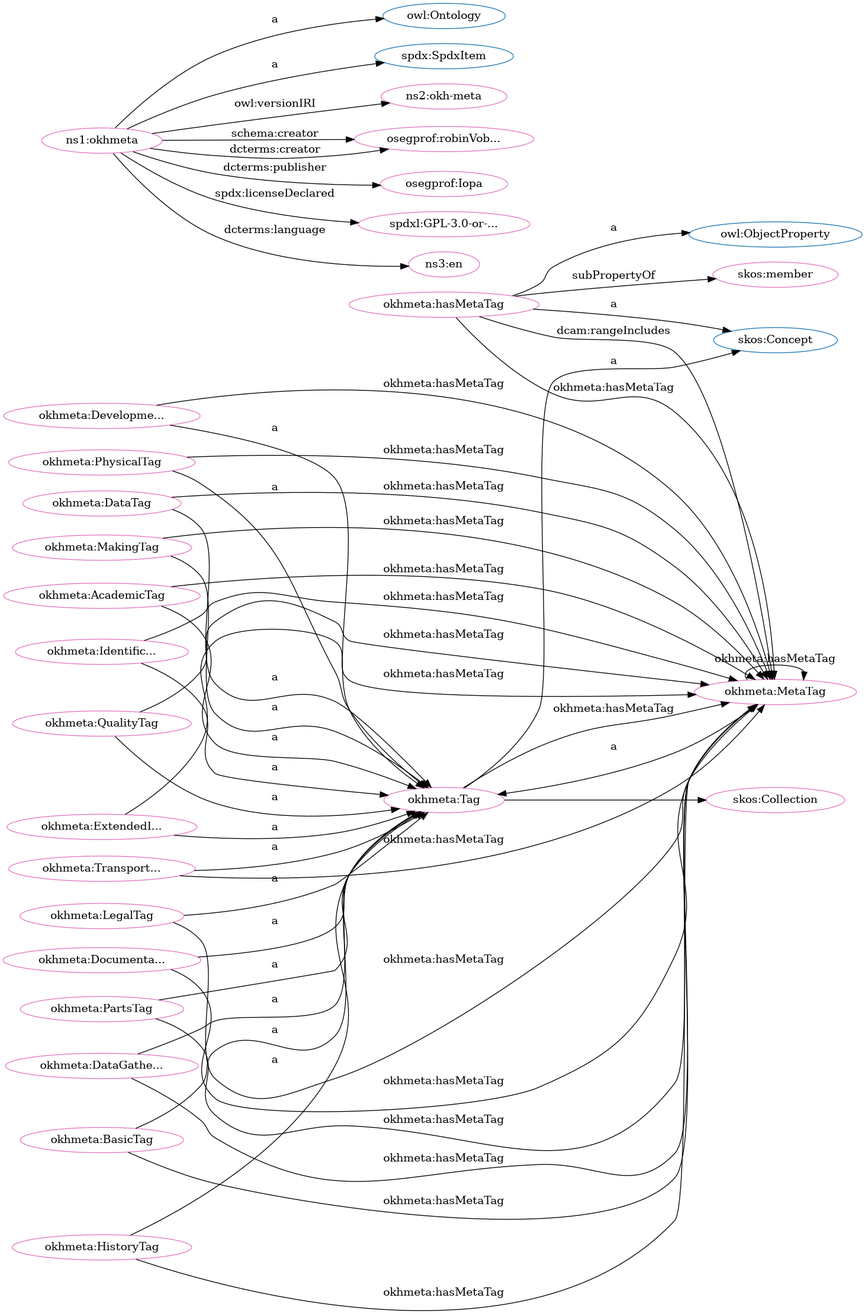
iop-alliance/OpenKnowHow keeps this Graphviz diagram as src/spec/dot_okh-meta.png. Above is the earlier version. Its source is kept beside it as src/spec/dot_okh-meta.dot.
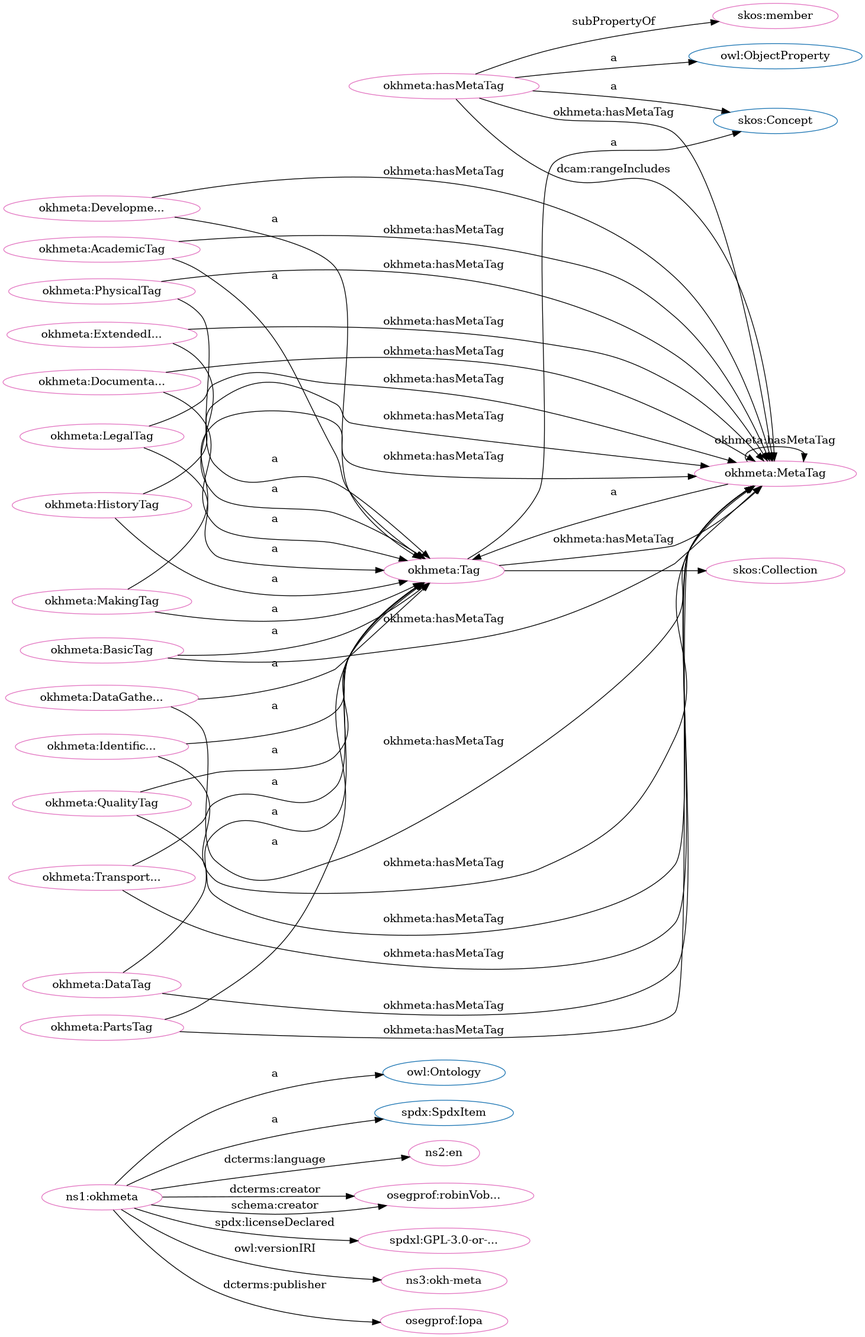
The same file after the commit.

What changed in the source:
```diff
@@ -1,84 +1,84 @@
 digraph G {
   rankdir=BT
   node[height=.3]
+"http://www.w3.org/2002/07/owl#Ontology" [fillcolor="#1f77b4" color="#1f77b4" label="owl:Ontology"]
+"http://www.w3.org/2004/02/skos/core#Concept" [fillcolor="#1f77b4" color="#1f77b4" label="skos:Concept"]
+"http://www.w3.org/2004/02/skos/core#Collection" [fillcolor="#1f77b4" color="#1f77b4" label="skos:Collection"]
 "http://w3id.org/oseg/ont/okhmeta#Tag" [fillcolor="#1f77b4" color="#1f77b4" label="okhmeta:Tag"]
-"http://www.w3.org/2002/07/owl#Ontology" [fillcolor="#1f77b4" color="#1f77b4" label="owl:Ontology"]
-"http://www.w3.org/2004/02/skos/core#Collection" [fillcolor="#1f77b4" color="#1f77b4" label="skos:Collection"]
-"http://www.w3.org/2004/02/skos/core#Concept" [fillcolor="#1f77b4" color="#1f77b4" label="skos:Concept"]
 "http://www.w3.org/2002/07/owl#ObjectProperty" [fillcolor="#1f77b4" color="#1f77b4" label="owl:ObjectProperty"]
 "http://spdx.org/rdf/terms#SpdxItem" [fillcolor="#1f77b4" color="#1f77b4" label="spdx:SpdxItem"]
+"http://w3id.org/oseg/ont/okhmeta#Tag" [fillcolor="#e377c2" color="#e377c2" label="okhmeta:Tag"]
 "http://w3id.org/oseg/ont/okhmeta#MetaTag" [fillcolor="#e377c2" color="#e377c2" label="okhmeta:MetaTag"]
+"http://w3id.org/oseg/ont/okhmeta#DocumentationTag" [fillcolor="#e377c2" color="#e377c2" label="okhmeta:Documenta..."]
+"http://w3id.org/oseg/ont/okhmeta#hasMetaTag" [fillcolor="#e377c2" color="#e377c2" label="okhmeta:hasMetaTag"]
 "http://w3id.org/oseg/ont/okhmeta" [fillcolor="#e377c2" color="#e377c2" label="ns1:okhmeta"]
+"http://w3id.org/oseg/ont/okhmeta#TransportationTag" [fillcolor="#e377c2" color="#e377c2" label="okhmeta:Transport..."]
+"http://www.w3.org/2004/02/skos/core#member" [fillcolor="#e377c2" color="#e377c2" label="skos:member"]
+"http://id.loc.gov/vocabulary/iso639-1/en" [fillcolor="#e377c2" color="#e377c2" label="ns2:en"]
+"http://w3id.org/oseg/ont/okhmeta#DevelopmentTag" [fillcolor="#e377c2" color="#e377c2" label="okhmeta:Developme..."]
+"http://w3id.org/oseg/ont/okhmeta#DataGatheringTag" [fillcolor="#e377c2" color="#e377c2" label="okhmeta:DataGathe..."]
+"http://w3id.org/oseg/ont/okhmeta#QualityTag" [fillcolor="#e377c2" color="#e377c2" label="okhmeta:QualityTag"]
+"http://w3id.org/oseg/ont/oseg-profiles#robinVobruba" [fillcolor="#e377c2" color="#e377c2" label="osegprof:robinVob..."]
 "http://w3id.org/oseg/ont/okhmeta#AcademicTag" [fillcolor="#e377c2" color="#e377c2" label="okhmeta:AcademicTag"]
-"http://w3id.org/oseg/ont/okhmeta#DataGatheringTag" [fillcolor="#e377c2" color="#e377c2" label="okhmeta:DataGathe..."]
-"http://w3id.org/oseg/ont/okhmeta#DevelopmentTag" [fillcolor="#e377c2" color="#e377c2" label="okhmeta:Developme..."]
-"http://www.w3.org/2004/02/skos/core#member" [fillcolor="#e377c2" color="#e377c2" label="skos:member"]
+"http://spdx.org/licenses/GPL-3.0-or-later" [fillcolor="#e377c2" color="#e377c2" label="spdxl:GPL-3.0-or-..."]
+"http://w3id.org/oseg/ont/okhmeta#PhysicalTag" [fillcolor="#e377c2" color="#e377c2" label="okhmeta:PhysicalTag"]
+"http://w3id.org/oseg/ont/okhmeta#BasicTag" [fillcolor="#e377c2" color="#e377c2" label="okhmeta:BasicTag"]
+"http://w3id.org/oseg/ont/okhmeta#PartsTag" [fillcolor="#e377c2" color="#e377c2" label="okhmeta:PartsTag"]
+"http://w3id.org/oseg/ont/okhmeta#HistoryTag" [fillcolor="#e377c2" color="#e377c2" label="okhmeta:HistoryTag"]
+"http://w3id.org/oseg/ont/okhmeta#DataTag" [fillcolor="#e377c2" color="#e377c2" label="okhmeta:DataTag"]
+"http://w3id.org/oseg/ont/1.1.0/okh-meta" [fillcolor="#e377c2" color="#e377c2" label="ns3:okh-meta"]
+"http://w3id.org/oseg/ont/okhmeta#MakingTag" [fillcolor="#e377c2" color="#e377c2" label="okhmeta:MakingTag"]
+"http://w3id.org/oseg/ont/okhmeta#IdentificationTag" [fillcolor="#e377c2" color="#e377c2" label="okhmeta:Identific..."]
+"http://w3id.org/oseg/ont/oseg-profiles#Iopa" [fillcolor="#e377c2" color="#e377c2" label="osegprof:Iopa"]
 "http://w3id.org/oseg/ont/okhmeta#LegalTag" [fillcolor="#e377c2" color="#e377c2" label="okhmeta:LegalTag"]
-"http://w3id.org/oseg/ont/okhmeta#PartsTag" [fillcolor="#e377c2" color="#e377c2" label="okhmeta:PartsTag"]
-"http://w3id.org/oseg/ont/okhmeta#PhysicalTag" [fillcolor="#e377c2" color="#e377c2" label="okhmeta:PhysicalTag"]
-"http://w3id.org/oseg/ont/1.1.0/okh-meta" [fillcolor="#e377c2" color="#e377c2" label="ns2:okh-meta"]
-"http://w3id.org/oseg/ont/oseg-profiles#robinVobruba" [fillcolor="#e377c2" color="#e377c2" label="osegprof:robinVob..."]
-"http://w3id.org/oseg/ont/oseg-profiles#Iopa" [fillcolor="#e377c2" color="#e377c2" label="osegprof:Iopa"]
-"http://w3id.org/oseg/ont/okhmeta#DataTag" [fillcolor="#e377c2" color="#e377c2" label="okhmeta:DataTag"]
-"http://w3id.org/oseg/ont/okhmeta#TransportationTag" [fillcolor="#e377c2" color="#e377c2" label="okhmeta:Transport..."]
-"http://w3id.org/oseg/ont/okhmeta#HistoryTag" [fillcolor="#e377c2" color="#e377c2" label="okhmeta:HistoryTag"]
 "http://www.w3.org/2004/02/skos/core#Collection" [fillcolor="#e377c2" color="#e377c2" label="skos:Collection"]
-"http://w3id.org/oseg/ont/okhmeta#QualityTag" [fillcolor="#e377c2" color="#e377c2" label="okhmeta:QualityTag"]
-"http://spdx.org/licenses/GPL-3.0-or-later" [fillcolor="#e377c2" color="#e377c2" label="spdxl:GPL-3.0-or-..."]
-"http://w3id.org/oseg/ont/okhmeta#BasicTag" [fillcolor="#e377c2" color="#e377c2" label="okhmeta:BasicTag"]
 "http://w3id.org/oseg/ont/okhmeta#ExtendedInfoTag" [fillcolor="#e377c2" color="#e377c2" label="okhmeta:ExtendedI..."]
-"http://w3id.org/oseg/ont/okhmeta#DocumentationTag" [fillcolor="#e377c2" color="#e377c2" label="okhmeta:Documenta..."]
-"http://w3id.org/oseg/ont/okhmeta#IdentificationTag" [fillcolor="#e377c2" color="#e377c2" label="okhmeta:Identific..."]
-"http://id.loc.gov/vocabulary/iso639-1/en" [fillcolor="#e377c2" color="#e377c2" label="ns3:en"]
-"http://w3id.org/oseg/ont/okhmeta#MakingTag" [fillcolor="#e377c2" color="#e377c2" label="okhmeta:MakingTag"]
-"http://w3id.org/oseg/ont/okhmeta#hasMetaTag" [fillcolor="#e377c2" color="#e377c2" label="okhmeta:hasMetaTag"]
-"http://w3id.org/oseg/ont/okhmeta#Tag" [fillcolor="#e377c2" color="#e377c2" label="okhmeta:Tag"]
+  "http://w3id.org/oseg/ont/okhmeta#Tag" -> "http://www.w3.org/2004/02/skos/core#Concept" [label="a"]
+  "http://w3id.org/oseg/ont/okhmeta#DocumentationTag" -> "http://w3id.org/oseg/ont/okhmeta#Tag" [label="a"]
+  "http://w3id.org/oseg/ont/okhmeta" -> "http://www.w3.org/2002/07/owl#Ontology" [label="a"]
+  "http://w3id.org/oseg/ont/okhmeta#LegalTag" -> "http://w3id.org/oseg/ont/okhmeta#MetaTag" [label="okhmeta:hasMetaTag"]
+  "http://w3id.org/oseg/ont/okhmeta#hasMetaTag" -> "http://www.w3.org/2004/02/skos/core#member" [label="subPropertyOf"]
+  "http://w3id.org/oseg/ont/okhmeta" -> "http://id.loc.gov/vocabulary/iso639-1/en" [label="dcterms:language"]
+  "http://w3id.org/oseg/ont/okhmeta" -> "http://spdx.org/rdf/terms#SpdxItem" [label="a"]
+  "http://w3id.org/oseg/ont/okhmeta#DevelopmentTag" -> "http://w3id.org/oseg/ont/okhmeta#Tag" [label="a"]
   "http://w3id.org/oseg/ont/okhmeta#hasMetaTag" -> "http://w3id.org/oseg/ont/okhmeta#MetaTag" [label="dcam:rangeIncludes"]
-  "http://w3id.org/oseg/ont/okhmeta#DevelopmentTag" -> "http://w3id.org/oseg/ont/okhmeta#Tag" [label="a"]
+  "http://w3id.org/oseg/ont/okhmeta#ExtendedInfoTag" -> "http://w3id.org/oseg/ont/okhmeta#MetaTag" [label="okhmeta:hasMetaTag"]
+  "http://w3id.org/oseg/ont/okhmeta#QualityTag" -> "http://w3id.org/oseg/ont/okhmeta#Tag" [label="a"]
+  "http://w3id.org/oseg/ont/okhmeta#hasMetaTag" -> "http://www.w3.org/2004/02/skos/core#Concept" [label="a"]
+  "http://w3id.org/oseg/ont/okhmeta#TransportationTag" -> "http://w3id.org/oseg/ont/okhmeta#MetaTag" [label="okhmeta:hasMetaTag"]
+  "http://w3id.org/oseg/ont/okhmeta#PhysicalTag" -> "http://w3id.org/oseg/ont/okhmeta#Tag" [label="a"]
   "http://w3id.org/oseg/ont/okhmeta#PartsTag" -> "http://w3id.org/oseg/ont/okhmeta#Tag" [label="a"]
-  "http://w3id.org/oseg/ont/okhmeta#QualityTag" -> "http://w3id.org/oseg/ont/okhmeta#MetaTag" [label="okhmeta:hasMetaTag"]
-  "http://w3id.org/oseg/ont/okhmeta#MetaTag" -> "http://w3id.org/oseg/ont/okhmeta#MetaTag" [label="okhmeta:hasMetaTag"]
-  "http://w3id.org/oseg/ont/okhmeta#ExtendedInfoTag" -> "http://w3id.org/oseg/ont/okhmeta#MetaTag" [label="okhmeta:hasMetaTag"]
+  "http://w3id.org/oseg/ont/okhmeta#HistoryTag" -> "http://w3id.org/oseg/ont/okhmeta#Tag" [label="a"]
+  "http://w3id.org/oseg/ont/okhmeta#DataTag" -> "http://w3id.org/oseg/ont/okhmeta#Tag" [label="a"]
+  "http://w3id.org/oseg/ont/okhmeta#BasicTag" -> "http://w3id.org/oseg/ont/okhmeta#MetaTag" [label="okhmeta:hasMetaTag"]
+  "http://w3id.org/oseg/ont/okhmeta#DocumentationTag" -> "http://w3id.org/oseg/ont/okhmeta#MetaTag" [label="okhmeta:hasMetaTag"]
+  "http://w3id.org/oseg/ont/okhmeta#IdentificationTag" -> "http://w3id.org/oseg/ont/okhmeta#Tag" [label="a"]
   "http://w3id.org/oseg/ont/okhmeta" -> "http://w3id.org/oseg/ont/oseg-profiles#Iopa" [label="dcterms:publisher"]
   "http://w3id.org/oseg/ont/okhmeta#Tag" -> "http://www.w3.org/2004/02/skos/core#Collection" [label=""]
-  "http://w3id.org/oseg/ont/okhmeta#QualityTag" -> "http://w3id.org/oseg/ont/okhmeta#Tag" [label="a"]
+  "http://w3id.org/oseg/ont/okhmeta#ExtendedInfoTag" -> "http://w3id.org/oseg/ont/okhmeta#Tag" [label="a"]
+  "http://w3id.org/oseg/ont/okhmeta#MakingTag" -> "http://w3id.org/oseg/ont/okhmeta#MetaTag" [label="okhmeta:hasMetaTag"]
   "http://w3id.org/oseg/ont/okhmeta#MetaTag" -> "http://w3id.org/oseg/ont/okhmeta#Tag" [label="a"]
   "http://w3id.org/oseg/ont/okhmeta#IdentificationTag" -> "http://w3id.org/oseg/ont/okhmeta#MetaTag" [label="okhmeta:hasMetaTag"]
-  "http://w3id.org/oseg/ont/okhmeta#ExtendedInfoTag" -> "http://w3id.org/oseg/ont/okhmeta#Tag" [label="a"]
-  "http://w3id.org/oseg/ont/okhmeta#IdentificationTag" -> "http://w3id.org/oseg/ont/okhmeta#Tag" [label="a"]
+  "http://w3id.org/oseg/ont/okhmeta#hasMetaTag" -> "http://www.w3.org/2002/07/owl#ObjectProperty" [label="a"]
+  "http://w3id.org/oseg/ont/okhmeta#TransportationTag" -> "http://w3id.org/oseg/ont/okhmeta#Tag" [label="a"]
+  "http://w3id.org/oseg/ont/okhmeta#PhysicalTag" -> "http://w3id.org/oseg/ont/okhmeta#MetaTag" [label="okhmeta:hasMetaTag"]
+  "http://w3id.org/oseg/ont/okhmeta#MetaTag" -> "http://w3id.org/oseg/ont/okhmeta#MetaTag" [label="okhmeta:hasMetaTag"]
+  "http://w3id.org/oseg/ont/okhmeta#DataGatheringTag" -> "http://w3id.org/oseg/ont/okhmeta#Tag" [label="a"]
+  "http://w3id.org/oseg/ont/okhmeta" -> "http://w3id.org/oseg/ont/oseg-profiles#robinVobruba" [label="dcterms:creator"]
+  "http://w3id.org/oseg/ont/okhmeta#AcademicTag" -> "http://w3id.org/oseg/ont/okhmeta#Tag" [label="a"]
+  "http://w3id.org/oseg/ont/okhmeta#HistoryTag" -> "http://w3id.org/oseg/ont/okhmeta#MetaTag" [label="okhmeta:hasMetaTag"]
+  "http://w3id.org/oseg/ont/okhmeta" -> "http://spdx.org/licenses/GPL-3.0-or-later" [label="spdx:licenseDeclared"]
+  "http://w3id.org/oseg/ont/okhmeta" -> "http://w3id.org/oseg/ont/oseg-profiles#robinVobruba" [label="schema:creator"]
+  "http://w3id.org/oseg/ont/okhmeta#BasicTag" -> "http://w3id.org/oseg/ont/okhmeta#Tag" [label="a"]
+  "http://w3id.org/oseg/ont/okhmeta#QualityTag" -> "http://w3id.org/oseg/ont/okhmeta#MetaTag" [label="okhmeta:hasMetaTag"]
+  "http://w3id.org/oseg/ont/okhmeta#DevelopmentTag" -> "http://w3id.org/oseg/ont/okhmeta#MetaTag" [label="okhmeta:hasMetaTag"]
+  "http://w3id.org/oseg/ont/okhmeta#Tag" -> "http://w3id.org/oseg/ont/okhmeta#MetaTag" [label="okhmeta:hasMetaTag"]
+  "http://w3id.org/oseg/ont/okhmeta#PartsTag" -> "http://w3id.org/oseg/ont/okhmeta#MetaTag" [label="okhmeta:hasMetaTag"]
+  "http://w3id.org/oseg/ont/okhmeta" -> "http://w3id.org/oseg/ont/1.1.0/okh-meta" [label="owl:versionIRI"]
+  "http://w3id.org/oseg/ont/okhmeta#MakingTag" -> "http://w3id.org/oseg/ont/okhmeta#Tag" [label="a"]
+  "http://w3id.org/oseg/ont/okhmeta#LegalTag" -> "http://w3id.org/oseg/ont/okhmeta#Tag" [label="a"]
   "http://w3id.org/oseg/ont/okhmeta#DataTag" -> "http://w3id.org/oseg/ont/okhmeta#MetaTag" [label="okhmeta:hasMetaTag"]
-  "http://w3id.org/oseg/ont/okhmeta" -> "http://spdx.org/rdf/terms#SpdxItem" [label="a"]
-  "http://w3id.org/oseg/ont/okhmeta#TransportationTag" -> "http://w3id.org/oseg/ont/okhmeta#MetaTag" [label="okhmeta:hasMetaTag"]
   "http://w3id.org/oseg/ont/okhmeta#hasMetaTag" -> "http://w3id.org/oseg/ont/okhmeta#MetaTag" [label="okhmeta:hasMetaTag"]
-  "http://w3id.org/oseg/ont/okhmeta#hasMetaTag" -> "http://www.w3.org/2002/07/owl#ObjectProperty" [label="a"]
   "http://w3id.org/oseg/ont/okhmeta#DataGatheringTag" -> "http://w3id.org/oseg/ont/okhmeta#MetaTag" [label="okhmeta:hasMetaTag"]
   "http://w3id.org/oseg/ont/okhmeta#AcademicTag" -> "http://w3id.org/oseg/ont/okhmeta#MetaTag" [label="okhmeta:hasMetaTag"]
-  "http://w3id.org/oseg/ont/okhmeta#Tag" -> "http://www.w3.org/2004/02/skos/core#Concept" [label="a"]
-  "http://w3id.org/oseg/ont/okhmeta#LegalTag" -> "http://w3id.org/oseg/ont/okhmeta#MetaTag" [label="okhmeta:hasMetaTag"]
-  "http://w3id.org/oseg/ont/okhmeta#PhysicalTag" -> "http://w3id.org/oseg/ont/okhmeta#MetaTag" [label="okhmeta:hasMetaTag"]
-  "http://w3id.org/oseg/ont/okhmeta" -> "http://www.w3.org/2002/07/owl#Ontology" [label="a"]
-  "http://w3id.org/oseg/ont/okhmeta#AcademicTag" -> "http://w3id.org/oseg/ont/okhmeta#Tag" [label="a"]
-  "http://w3id.org/oseg/ont/okhmeta#DataGatheringTag" -> "http://w3id.org/oseg/ont/okhmeta#Tag" [label="a"]
-  "http://w3id.org/oseg/ont/okhmeta#hasMetaTag" -> "http://www.w3.org/2004/02/skos/core#member" [label="subPropertyOf"]
-  "http://w3id.org/oseg/ont/okhmeta#LegalTag" -> "http://w3id.org/oseg/ont/okhmeta#Tag" [label="a"]
-  "http://w3id.org/oseg/ont/okhmeta#PhysicalTag" -> "http://w3id.org/oseg/ont/okhmeta#Tag" [label="a"]
-  "http://w3id.org/oseg/ont/okhmeta" -> "http://w3id.org/oseg/ont/1.1.0/okh-meta" [label="owl:versionIRI"]
-  "http://w3id.org/oseg/ont/okhmeta" -> "http://w3id.org/oseg/ont/oseg-profiles#robinVobruba" [label="schema:creator"]
-  "http://w3id.org/oseg/ont/okhmeta#BasicTag" -> "http://w3id.org/oseg/ont/okhmeta#MetaTag" [label="okhmeta:hasMetaTag"]
-  "http://w3id.org/oseg/ont/okhmeta#DevelopmentTag" -> "http://w3id.org/oseg/ont/okhmeta#MetaTag" [label="okhmeta:hasMetaTag"]
-  "http://w3id.org/oseg/ont/okhmeta#DataTag" -> "http://w3id.org/oseg/ont/okhmeta#Tag" [label="a"]
-  "http://w3id.org/oseg/ont/okhmeta#TransportationTag" -> "http://w3id.org/oseg/ont/okhmeta#Tag" [label="a"]
-  "http://w3id.org/oseg/ont/okhmeta#HistoryTag" -> "http://w3id.org/oseg/ont/okhmeta#Tag" [label="a"]
-  "http://w3id.org/oseg/ont/okhmeta#DocumentationTag" -> "http://w3id.org/oseg/ont/okhmeta#MetaTag" [label="okhmeta:hasMetaTag"]
-  "http://w3id.org/oseg/ont/okhmeta" -> "http://spdx.org/licenses/GPL-3.0-or-later" [label="spdx:licenseDeclared"]
-  "http://w3id.org/oseg/ont/okhmeta#BasicTag" -> "http://w3id.org/oseg/ont/okhmeta#Tag" [label="a"]
-  "http://w3id.org/oseg/ont/okhmeta#MakingTag" -> "http://w3id.org/oseg/ont/okhmeta#MetaTag" [label="okhmeta:hasMetaTag"]
-  "http://w3id.org/oseg/ont/okhmeta#DocumentationTag" -> "http://w3id.org/oseg/ont/okhmeta#Tag" [label="a"]
-  "http://w3id.org/oseg/ont/okhmeta#HistoryTag" -> "http://w3id.org/oseg/ont/okhmeta#MetaTag" [label="okhmeta:hasMetaTag"]
-  "http://w3id.org/oseg/ont/okhmeta" -> "http://id.loc.gov/vocabulary/iso639-1/en" [label="dcterms:language"]
-  "http://w3id.org/oseg/ont/okhmeta#MakingTag" -> "http://w3id.org/oseg/ont/okhmeta#Tag" [label="a"]
-  "http://w3id.org/oseg/ont/okhmeta#Tag" -> "http://w3id.org/oseg/ont/okhmeta#MetaTag" [label="okhmeta:hasMetaTag"]
-  "http://w3id.org/oseg/ont/okhmeta" -> "http://w3id.org/oseg/ont/oseg-profiles#robinVobruba" [label="dcterms:creator"]
-  "http://w3id.org/oseg/ont/okhmeta#hasMetaTag" -> "http://www.w3.org/2004/02/skos/core#Concept" [label="a"]
-  "http://w3id.org/oseg/ont/okhmeta#PartsTag" -> "http://w3id.org/oseg/ont/okhmeta#MetaTag" [label="okhmeta:hasMetaTag"]
 }
```
